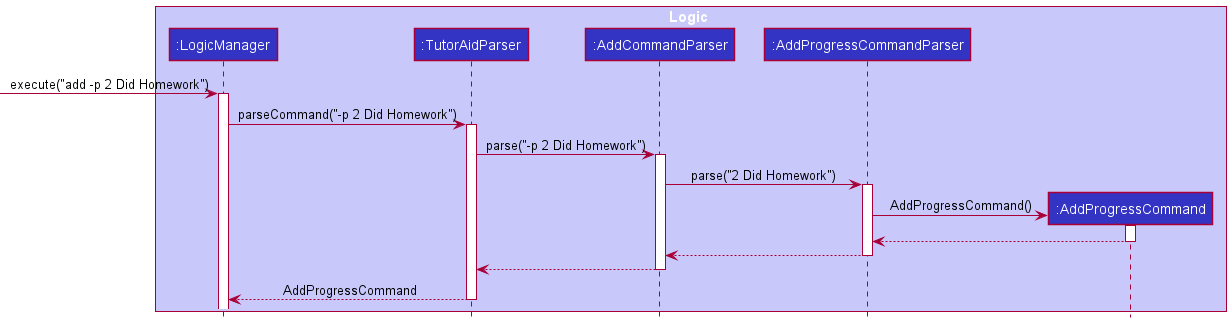
Earlier version of the PlantUML export docs/images/ParseAddProgressSequenceDiagram.png (nus-cs2103-AY2122S1/tp). The source it was exported from:
```plantuml
@startuml
!include style.puml

box Logic LOGIC_COLOR_T1
participant ":LogicManager" as LogicManager LOGIC_COLOR
participant ":TutorAidParser" as TutorAidParser LOGIC_COLOR
participant ":AddCommandParser" as AddCommandParser LOGIC_COLOR
participant ":AddProgressCommandParser" as AddProgressCommandParser LOGIC_COLOR
participant ":AddProgressCommand" as AddProgressCommand LOGIC_COLOR
end box

[-> LogicManager : execute("add -p 2 Did Homework")
activate LogicManager

LogicManager -> TutorAidParser : parseCommand("-p 2 Did Homework")
activate TutorAidParser

TutorAidParser -> AddCommandParser : parse("-p 2 Did Homework")
activate AddCommandParser

AddCommandParser -> AddProgressCommandParser : parse("2 Did Homework")
activate AddProgressCommandParser

create AddProgressCommand
AddProgressCommandParser -> AddProgressCommand : AddProgressCommand()
activate AddProgressCommand
AddProgressCommandParser <-- AddProgressCommand
deactivate AddProgressCommand

AddCommandParser <-- AddProgressCommandParser
deactivate AddProgressCommandParser

TutorAidParser <-- AddCommandParser
deactivate AddCommandParser

LogicManager <-- TutorAidParser : AddProgressCommand
deactivate TutorAidParser
@enduml
```
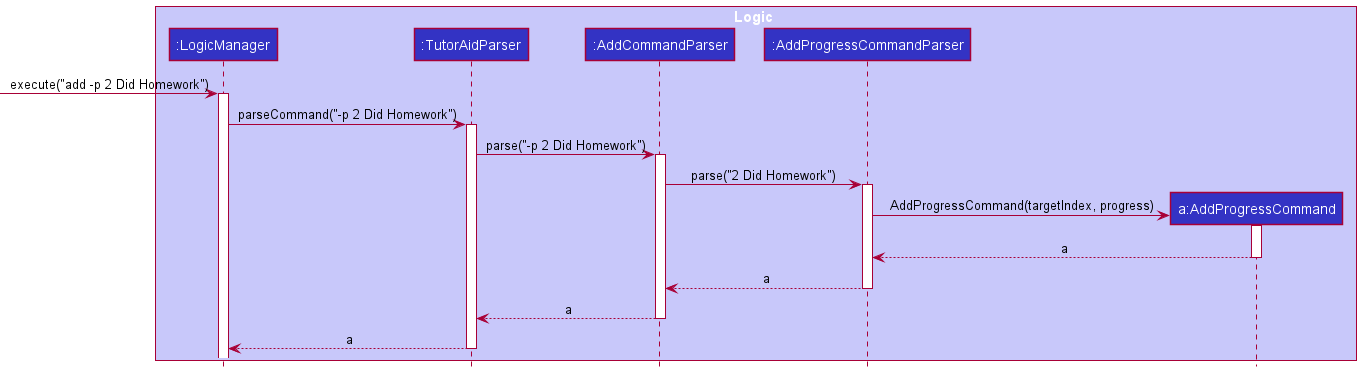
Later version of the same file.

Diff of the diagram source:
```diff
@@ -6,7 +6,7 @@
 participant ":TutorAidParser" as TutorAidParser LOGIC_COLOR
 participant ":AddCommandParser" as AddCommandParser LOGIC_COLOR
 participant ":AddProgressCommandParser" as AddProgressCommandParser LOGIC_COLOR
-participant ":AddProgressCommand" as AddProgressCommand LOGIC_COLOR
+participant "a:AddProgressCommand" as AddProgressCommand LOGIC_COLOR
 end box
 
 [-> LogicManager : execute("add -p 2 Did Homework")
@@ -22,17 +22,17 @@
 activate AddProgressCommandParser
 
 create AddProgressCommand
-AddProgressCommandParser -> AddProgressCommand : AddProgressCommand()
+AddProgressCommandParser -> AddProgressCommand : AddProgressCommand(targetIndex, progress)
 activate AddProgressCommand
-AddProgressCommandParser <-- AddProgressCommand
+AddProgressCommandParser <-- AddProgressCommand : a
 deactivate AddProgressCommand
 
-AddCommandParser <-- AddProgressCommandParser
+AddCommandParser <-- AddProgressCommandParser : a
 deactivate AddProgressCommandParser
 
-TutorAidParser <-- AddCommandParser
+TutorAidParser <-- AddCommandParser : a
 deactivate AddCommandParser
 
-LogicManager <-- TutorAidParser : AddProgressCommand
+LogicManager <-- TutorAidParser : a
 deactivate TutorAidParser
 @enduml
```
